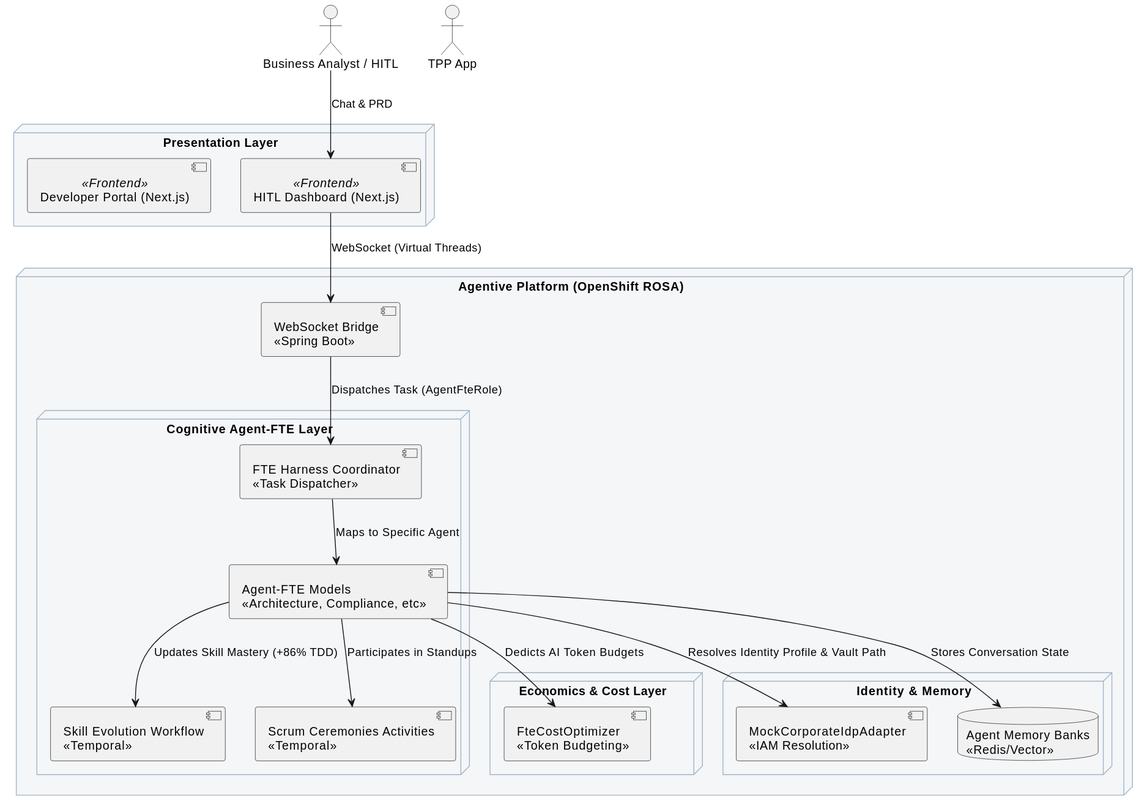
This is docs/diagrams/rendered/AI_Cognitive_Architecture.svg from COPUR/OPF-Agentive-Platform, a PlantUML export, as it was before one commit.
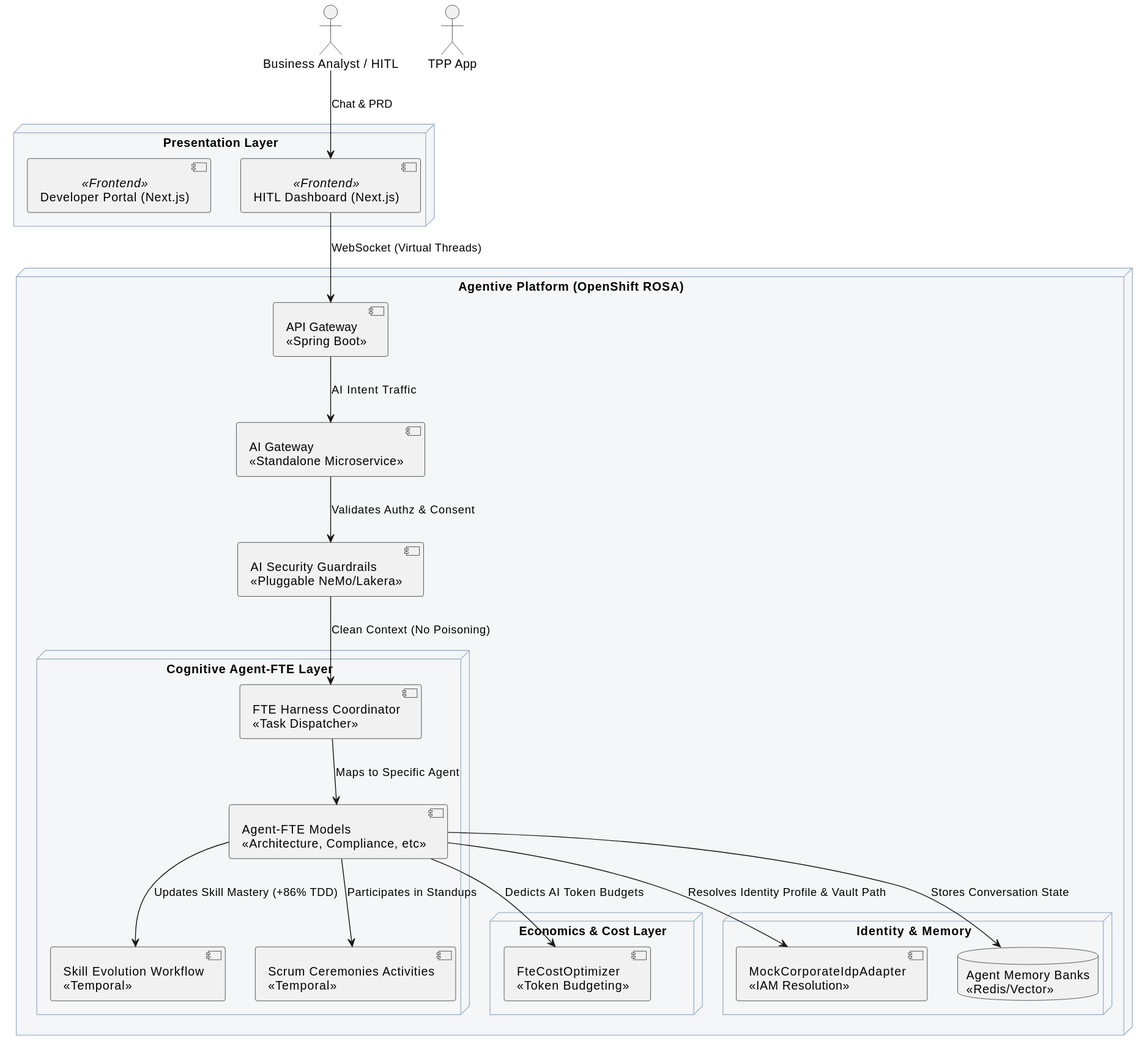
The same diagram one commit later.

The edit, as a diff of the source:
```diff
@@ -14,7 +14,9 @@
 
 node "Agentive Platform (OpenShift ROSA)" {
 
-    component "WebSocket Bridge\n<<Spring Boot>>" as gateway
+    component "API Gateway\n<<Spring Boot>>" as apiGw
+    component "AI Gateway\n<<Standalone Microservice>>" as aiGw
+    component "AI Security Guardrails\n<<Pluggable NeMo/Lakera>>" as aiSec
 
     node "Cognitive Agent-FTE Layer" {
         component "FTE Harness Coordinator\n<<Task Dispatcher>>" as harness
@@ -34,8 +36,10 @@
 }
 
 hitl --> [HITL Dashboard (Next.js)] : Chat & PRD
-[HITL Dashboard (Next.js)] --> gateway : WebSocket (Virtual Threads)
-gateway --> harness : Dispatches Task (AgentFteRole)
+[HITL Dashboard (Next.js)] --> apiGw : WebSocket (Virtual Threads)
+apiGw --> aiGw : AI Intent Traffic
+aiGw --> aiSec : Validates Authz & Consent
+aiSec --> harness : Clean Context (No Poisoning)
 
 harness --> agents : Maps to Specific Agent
 agents --> idp : Resolves Identity Profile & Vault Path
```
